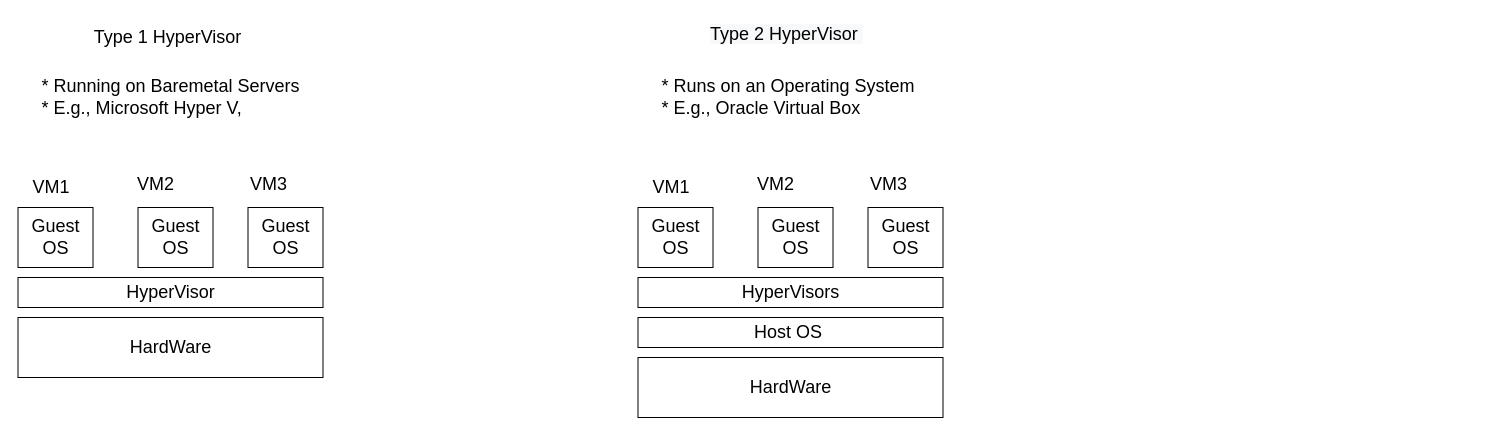
Above: Untitled Diagram.drawio in ashutosh-roy/Digrams-Draw.io (draw.io), before the change. Source tidied: cells renumbered, new cells numbered last; positions are measured from the earlier drawing's top-left corner, leaving out a move shared by most shapes. Both pictures are drawn from the tidied source at 100%, with x=0, y=0 at pixel (17, 17).
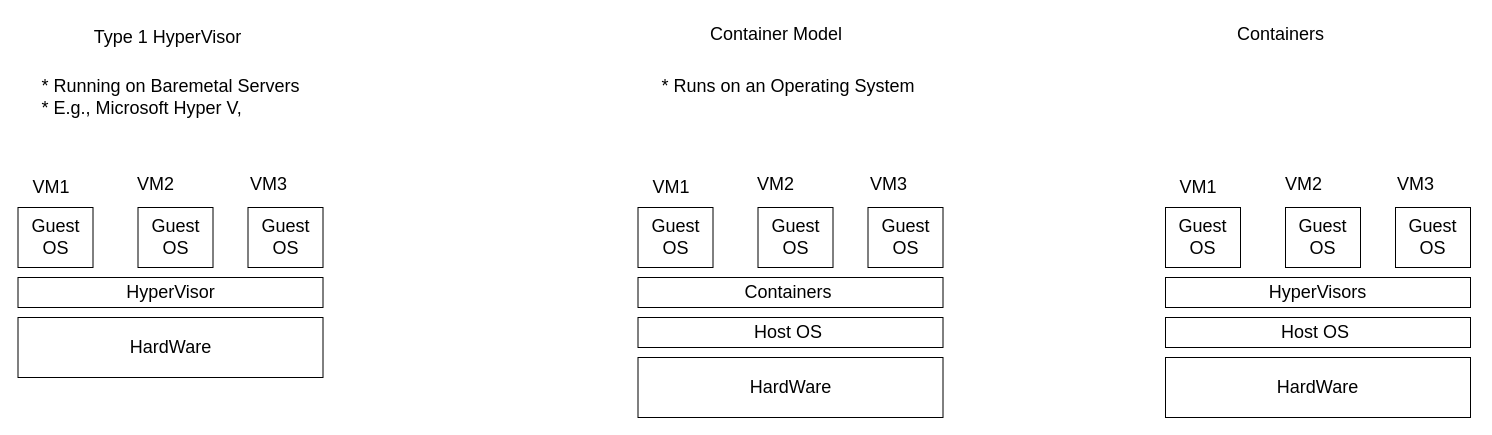
The same diagram, later.

The edit, as a diff of the source:
```diff
@@
-    <mxCell id="4" value="&lt;span style=&quot;color: rgb(0, 0, 0); font-family: Helvetica; font-size: 18px; font-style: normal; font-variant-ligatures: normal; font-variant-caps: normal; font-weight: 400; letter-spacing: normal; orphans: 2; text-align: center; text-indent: 0px; text-transform: none; widows: 2; word-spacing: 0px; -webkit-text-stroke-width: 0px; background-color: rgb(248, 249, 250); text-decoration-thickness: initial; text-decoration-style: initial; text-decoration-color: initial; float: none; display: inline !important;&quot;&gt;Type 2 HyperVisor&amp;nbsp;&lt;/span&gt;" style="text;whiteSpace=wrap;html=1;fontSize=18;" parent="1" vertex="1">
+    <mxCell id="4" value="&lt;div style=&quot;text-align: center;&quot;&gt;&lt;span style=&quot;background-color: initial;&quot;&gt;Container Model&amp;nbsp;&lt;/span&gt;&lt;/div&gt;" style="text;whiteSpace=wrap;html=1;fontSize=18;" parent="1" vertex="1">
       <mxGeometry x="690.5" width="190" height="50" as="geometry" />
     </mxCell>
@@
-    <mxCell id="6" value="HyperVisors" style="rounded=0;whiteSpace=wrap;html=1;fontSize=18;" parent="1" vertex="1">
+    <mxCell id="6" value="Containers&amp;nbsp;" style="rounded=0;whiteSpace=wrap;html=1;fontSize=18;" parent="1" vertex="1">
       <mxGeometry x="620.5" y="260" width="305" height="30" as="geometry" />
     </mxCell>
@@
-    <mxCell id="13" value="&lt;div style=&quot;text-align: justify;&quot;&gt;&lt;span style=&quot;background-color: initial;&quot;&gt;* Runs on an Operating System&amp;nbsp;&lt;/span&gt;&lt;/div&gt;&lt;div style=&quot;text-align: justify;&quot;&gt;&lt;span style=&quot;background-color: initial;&quot;&gt;* E.g., Oracle Virtual Box&lt;/span&gt;&lt;/div&gt;" style="text;html=1;align=center;verticalAlign=middle;strokeColor=none;fillColor=none;fontSize=18;" parent="1" vertex="1">
+    <mxCell id="13" value="&lt;div style=&quot;text-align: justify;&quot;&gt;&lt;span style=&quot;background-color: initial;&quot;&gt;* Runs on an Operating System&amp;nbsp;&lt;/span&gt;&lt;/div&gt;&lt;div style=&quot;text-align: justify;&quot;&gt;&lt;br&gt;&lt;/div&gt;" style="text;html=1;align=center;verticalAlign=middle;strokeColor=none;fillColor=none;fontSize=18;" parent="1" vertex="1">
       <mxGeometry x="633" y="50" width="280" height="60" as="geometry" />
     </mxCell>
@@
+    <mxCell id="23" value="&lt;font style=&quot;font-size: 18px;&quot;&gt;HardWare&lt;/font&gt;" style="rounded=0;whiteSpace=wrap;html=1;" parent="1" vertex="1">
+      <mxGeometry x="1148" y="340" width="305" height="60" as="geometry" />
+    </mxCell>
+    <mxCell id="24" value="&lt;div style=&quot;text-align: center;&quot;&gt;Containers&amp;nbsp;&lt;/div&gt;" style="text;whiteSpace=wrap;html=1;fontSize=18;" parent="1" vertex="1">
+      <mxGeometry x="1218" width="190" height="50" as="geometry" />
+    </mxCell>
+    <mxCell id="25" value="Host OS&amp;nbsp;" style="rounded=0;whiteSpace=wrap;html=1;fontSize=18;" parent="1" vertex="1">
+      <mxGeometry x="1148" y="300" width="305" height="30" as="geometry" />
+    </mxCell>
+    <mxCell id="26" value="HyperVisors" style="rounded=0;whiteSpace=wrap;html=1;fontSize=18;" parent="1" vertex="1">
+      <mxGeometry x="1148" y="260" width="305" height="30" as="geometry" />
+    </mxCell>
+    <mxCell id="27" value="&lt;div style=&quot;text-align: justify;&quot;&gt;&lt;br&gt;&lt;/div&gt;" style="text;html=1;align=center;verticalAlign=middle;strokeColor=none;fillColor=none;fontSize=18;" parent="1" vertex="1">
+      <mxGeometry x="1290.5" y="60" width="20" height="40" as="geometry" />
+    </mxCell>
+    <mxCell id="28" value="Guest OS" style="rounded=0;whiteSpace=wrap;html=1;fontSize=18;" parent="1" vertex="1">
+      <mxGeometry x="1148" y="190" width="75" height="60" as="geometry" />
+    </mxCell>
+    <mxCell id="29" value="Guest OS" style="rounded=0;whiteSpace=wrap;html=1;fontSize=18;" parent="1" vertex="1">
+      <mxGeometry x="1268" y="190" width="75" height="60" as="geometry" />
+    </mxCell>
+    <mxCell id="30" value="Guest OS" style="rounded=0;whiteSpace=wrap;html=1;fontSize=18;" parent="1" vertex="1">
+      <mxGeometry x="1378" y="190" width="75" height="60" as="geometry" />
+    </mxCell>
+    <mxCell id="31" value="VM1&amp;nbsp;" style="text;html=1;align=center;verticalAlign=middle;strokeColor=none;fillColor=none;fontSize=18;" parent="1" vertex="1">
+      <mxGeometry x="1148" y="150" width="70" height="40" as="geometry" />
+    </mxCell>
+    <mxCell id="32" value="&lt;span style=&quot;text-align: center;&quot;&gt;VM2&lt;/span&gt;" style="text;whiteSpace=wrap;html=1;fontSize=18;" parent="1" vertex="1">
+      <mxGeometry x="1265.5" y="150" width="80" height="50" as="geometry" />
+    </mxCell>
+    <mxCell id="33" value="&lt;span style=&quot;text-align: center;&quot;&gt;VM3&lt;/span&gt;" style="text;whiteSpace=wrap;html=1;fontSize=18;" parent="1" vertex="1">
+      <mxGeometry x="1378" y="150" width="80" height="50" as="geometry" />
+    </mxCell>
```
